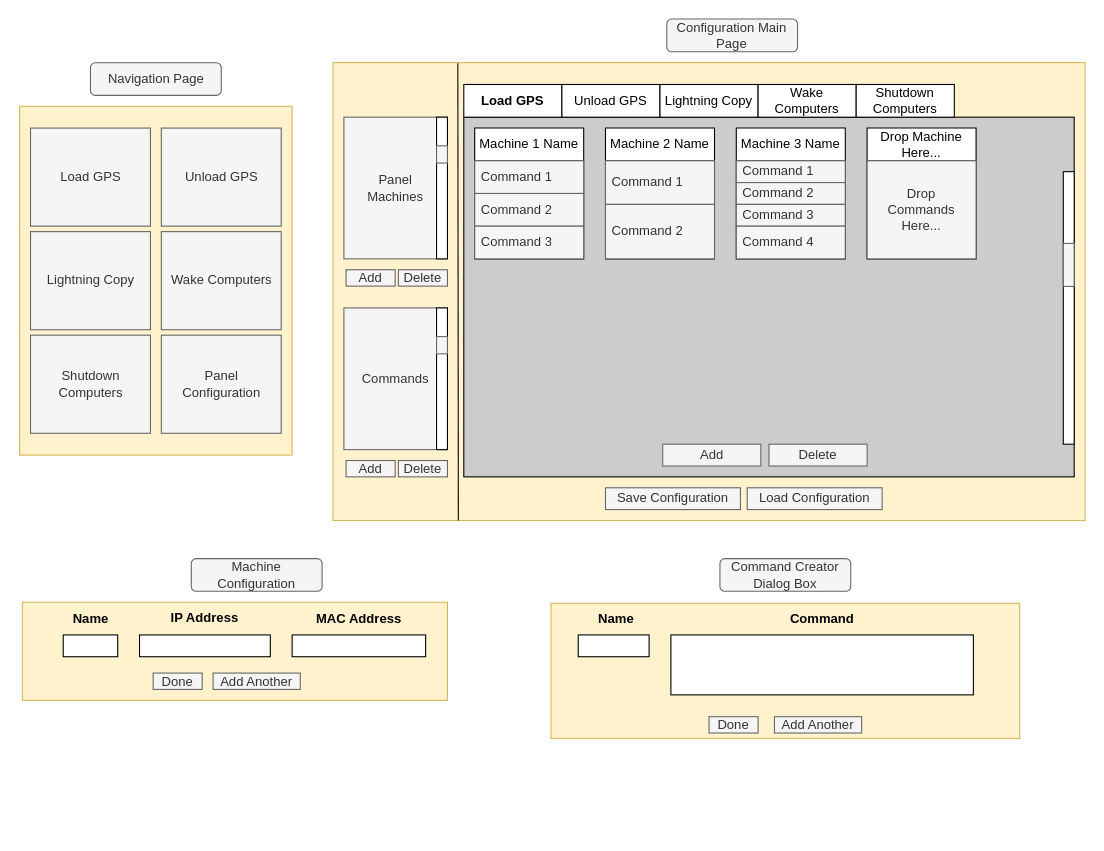
The draw.io diagram page "Page-1" (1 of 2) of GUI_DesignMap.drawio in MansourMohamedAli/GPS_UserInterface, before the edit. Source tidied: cells renumbered, new cells numbered last; positions are measured from the earlier drawing's top-left corner, leaving out a move shared by most shapes. Both pictures are drawn from the tidied source at 109%, with x=0, y=0 at pixel (19, 19).
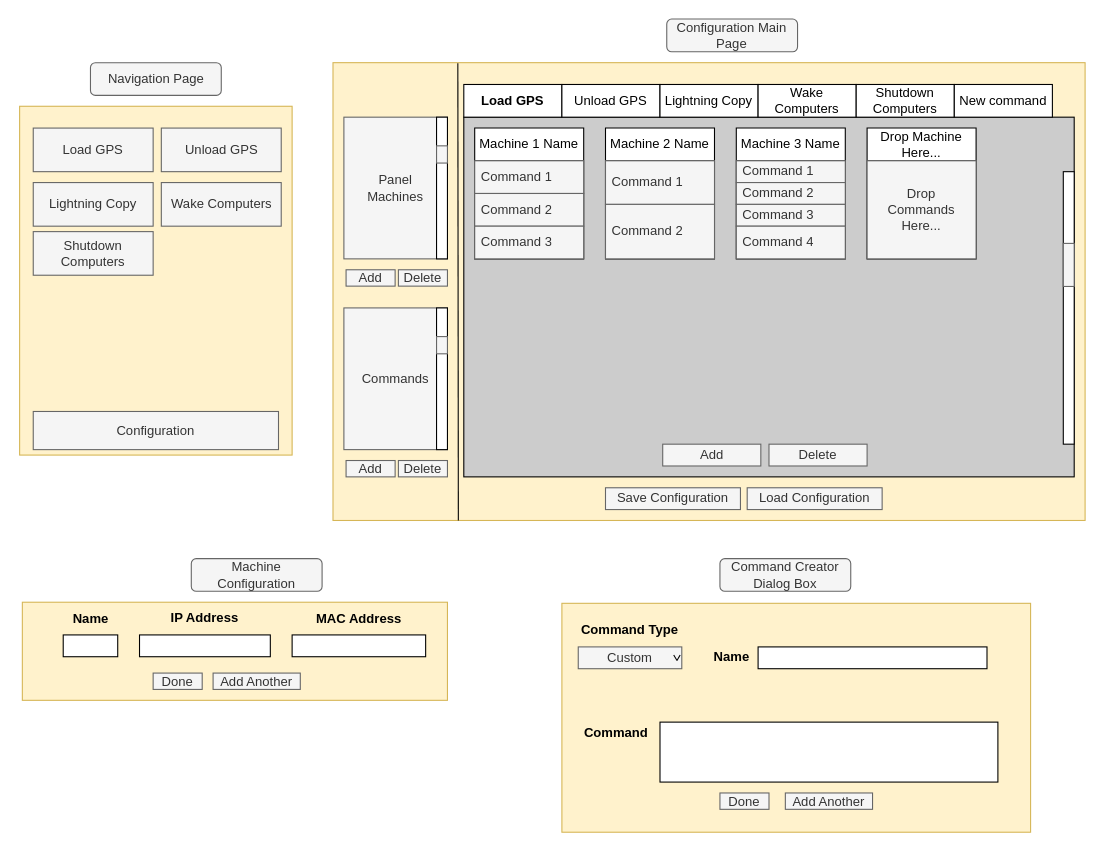
After the change.

Commit message:
-Modified Command Maker box. -Modified Main page.

What changed in the source:
```diff
@@
     <mxCell id="21" value="Load GPS" style="rounded=0;whiteSpace=wrap;html=1;fillColor=#f5f5f5;fontColor=#333333;strokeColor=#666666;" parent="1" vertex="1">
-      <mxGeometry x="10.5" y="100" width="110" height="90" as="geometry" />
+      <mxGeometry x="13" y="100" width="110" height="40" as="geometry" />
     </mxCell>
     <mxCell id="22" value="Unload GPS" style="rounded=0;whiteSpace=wrap;html=1;fillColor=#f5f5f5;fontColor=#333333;strokeColor=#666666;" parent="1" vertex="1">
-      <mxGeometry x="130.5" y="100" width="110" height="90" as="geometry" />
+      <mxGeometry x="130.5" y="100" width="110" height="40" as="geometry" />
     </mxCell>
     <mxCell id="23" value="Lightning Copy" style="rounded=0;whiteSpace=wrap;html=1;fillColor=#f5f5f5;fontColor=#333333;strokeColor=#666666;" parent="1" vertex="1">
-      <mxGeometry x="10.5" y="195" width="110" height="90" as="geometry" />
+      <mxGeometry x="13" y="150" width="110" height="40" as="geometry" />
     </mxCell>
     <mxCell id="24" value="Wake Computers" style="rounded=0;whiteSpace=wrap;html=1;fillColor=#f5f5f5;fontColor=#333333;strokeColor=#666666;" parent="1" vertex="1">
-      <mxGeometry x="130.5" y="195" width="110" height="90" as="geometry" />
+      <mxGeometry x="130.5" y="150" width="110" height="40" as="geometry" />
     </mxCell>
     <mxCell id="25" value="Shutdown Computers" style="rounded=0;whiteSpace=wrap;html=1;fillColor=#f5f5f5;fontColor=#333333;strokeColor=#666666;" parent="1" vertex="1">
-      <mxGeometry x="10.5" y="290" width="110" height="90" as="geometry" />
+      <mxGeometry x="13" y="195" width="110" height="40" as="geometry" />
     </mxCell>
-    <mxCell id="26" value="Panel &lt;br&gt;Configuration" style="rounded=0;whiteSpace=wrap;html=1;fillColor=#f5f5f5;fontColor=#333333;strokeColor=#666666;" parent="1" vertex="1">
-      <mxGeometry x="130.5" y="290" width="110" height="90" as="geometry" />
+    <mxCell id="26" value="Configuration" style="rounded=0;whiteSpace=wrap;html=1;fillColor=#f5f5f5;fontColor=#333333;strokeColor=#666666;" parent="1" vertex="1">
+      <mxGeometry x="13" y="360" width="225" height="35" as="geometry" />
     </mxCell>
@@
     <mxCell id="49" style="rounded=0;whiteSpace=wrap;html=1;fillColor=#fff2cc;strokeColor=#d6b656;" parent="1" vertex="1">
-      <mxGeometry x="488" y="536" width="430" height="124" as="geometry" />
+      <mxGeometry x="498" y="536" width="430" height="210" as="geometry" />
     </mxCell>
     <mxCell id="50" value="Name" style="text;html=1;strokeColor=none;fillColor=none;align=center;verticalAlign=middle;whiteSpace=wrap;rounded=0;fontStyle=1;" parent="1" vertex="1">
-      <mxGeometry x="518" y="536" width="60" height="30" as="geometry" />
+      <mxGeometry x="624.2" y="570" width="60" height="30" as="geometry" />
     </mxCell>
     <mxCell id="51" style="rounded=0;whiteSpace=wrap;html=1;" parent="1" vertex="1">
-      <mxGeometry x="513" y="565" width="65" height="20" as="geometry" />
+      <mxGeometry x="678" y="576" width="210" height="20" as="geometry" />
     </mxCell>
@@
     <mxCell id="54" value="Command" style="text;html=1;strokeColor=none;fillColor=none;align=center;verticalAlign=middle;whiteSpace=wrap;rounded=0;fontStyle=1;" parent="1" vertex="1">
-      <mxGeometry x="706.8" y="536" width="60" height="30" as="geometry" />
+      <mxGeometry x="518" y="640" width="60" height="30" as="geometry" />
     </mxCell>
     <mxCell id="55" style="rounded=0;whiteSpace=wrap;html=1;" parent="1" vertex="1">
-      <mxGeometry x="598" y="565" width="277.5" height="55" as="geometry" />
+      <mxGeometry x="588" y="645" width="310" height="55" as="geometry" />
     </mxCell>
     <mxCell id="56" value="Done" style="rounded=0;whiteSpace=wrap;html=1;fillColor=#f5f5f5;fontColor=#333333;strokeColor=#666666;" parent="1" vertex="1">
-      <mxGeometry x="633" y="640" width="45" height="15" as="geometry" />
+      <mxGeometry x="643" y="710" width="45" height="15" as="geometry" />
     </mxCell>
     <mxCell id="57" value="Add Another" style="rounded=0;whiteSpace=wrap;html=1;fillColor=#f5f5f5;fontColor=#333333;strokeColor=#666666;" parent="1" vertex="1">
-      <mxGeometry x="693" y="640" width="80" height="15" as="geometry" />
+      <mxGeometry x="703" y="710" width="80" height="15" as="geometry" />
     </mxCell>
@@
+    <mxCell id="71" value="New command" style="rounded=0;whiteSpace=wrap;html=1;" parent="1" vertex="1">
+      <mxGeometry x="858" y="60" width="90" height="30" as="geometry" />
+    </mxCell>
+    <mxCell id="72" style="group;" parent="1" vertex="1">
+      <mxGeometry x="513" y="576" width="95" height="20" as="geometry" />
+    </mxCell>
+    <mxCell id="73" value="Custom" style="rounded=0;whiteSpace=wrap;html=1;fillColor=#f5f5f5;fontColor=#333333;strokeColor=#666666;" parent="72" vertex="1">
+      <mxGeometry width="95" height="20" as="geometry" />
+    </mxCell>
+    <mxCell id="74" style="group;" parent="72" vertex="1">
+      <mxGeometry x="87.6" y="7.5" width="5.9" height="5" as="geometry" />
+    </mxCell>
+    <mxCell id="75" style="endArrow=none;html=1;rounded=0;" parent="74" edge="1">
+      <mxGeometry relative="1" as="geometry">
+        <mxPoint x="3" y="5" as="sourcePoint" />
+        <mxPoint x="5.9" as="targetPoint" />
+      </mxGeometry>
+    </mxCell>
+    <mxCell id="76" style="endArrow=none;html=1;rounded=0;" parent="74" edge="1">
+      <mxGeometry relative="1" as="geometry">
+        <mxPoint as="sourcePoint" />
+        <mxPoint x="3" y="5" as="targetPoint" />
+      </mxGeometry>
+    </mxCell>
+    <mxCell id="77" value="Command Type" style="text;html=1;strokeColor=none;fillColor=none;align=center;verticalAlign=middle;whiteSpace=wrap;rounded=0;fontStyle=1;" parent="1" vertex="1">
+      <mxGeometry x="508" y="546" width="105" height="30" as="geometry" />
+    </mxCell>
```
